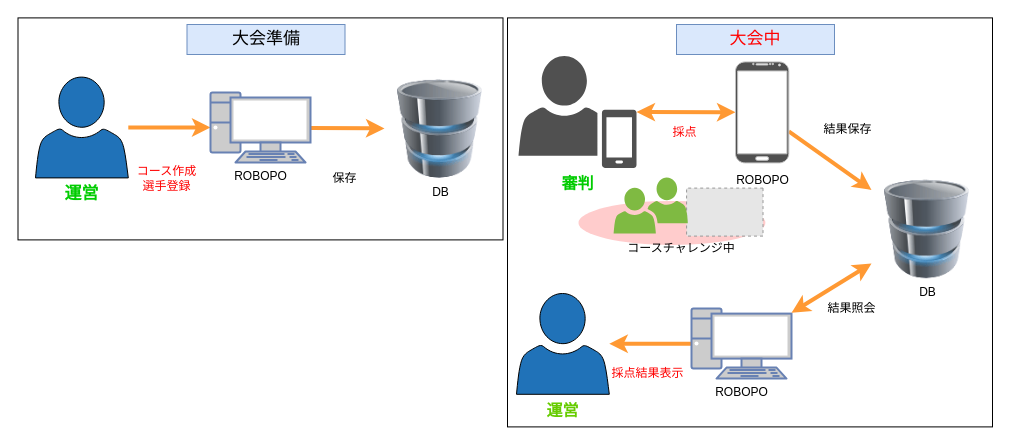
Earlier version of the draw.io diagram system.drawio (kazutan1230/docs). Source tidied: cells renumbered, new cells numbered last; positions are measured from the earlier drawing's top-left corner, leaving out a move shared by most shapes. Both pictures are drawn from the tidied source at 100%, with x=0, y=0 at pixel (18, 17). Pictures stored in the file or linked from it are replaced by grey dashed boxes.
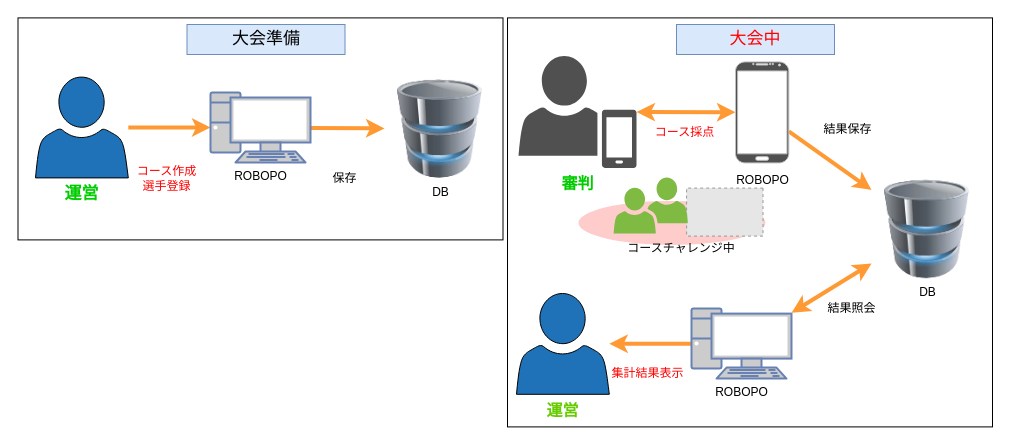
After the change.

Commit message:
system.drawio を更新します

Change to the diagram source:
```diff
@@
-    <mxCell id="17" value="&lt;font color=&quot;#ff0000&quot;&gt;採点結果表示&lt;/font&gt;" style="text;html=1;strokeColor=none;fillColor=none;align=center;verticalAlign=middle;whiteSpace=wrap;rounded=0;" parent="1" vertex="1">
+    <mxCell id="17" value="&lt;font color=&quot;#ff0000&quot;&gt;集計結果表示&lt;/font&gt;" style="text;html=1;strokeColor=none;fillColor=none;align=center;verticalAlign=middle;whiteSpace=wrap;rounded=0;" parent="1" vertex="1">
       <mxGeometry x="584.1" y="341.1" width="91" height="30.2" as="geometry" />
     </mxCell>
@@
-    <mxCell id="30" value="採点" style="text;html=1;strokeColor=none;fillColor=none;align=center;verticalAlign=middle;whiteSpace=wrap;rounded=0;fontColor=#FF0000;" parent="1" vertex="1">
+    <mxCell id="30" value="コース採点" style="text;html=1;strokeColor=none;fillColor=none;align=center;verticalAlign=middle;whiteSpace=wrap;rounded=0;fontColor=#FF0000;" parent="1" vertex="1">
       <mxGeometry x="621" y="99.4" width="91" height="30.2" as="geometry" />
     </mxCell>
```
